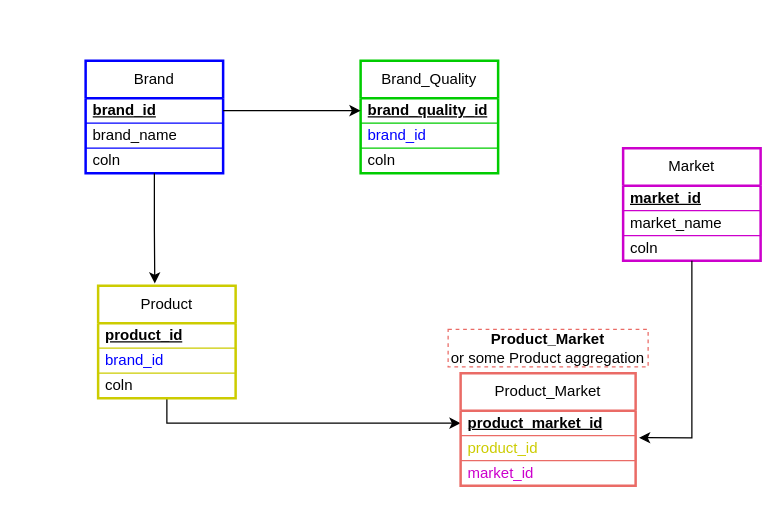
Before: product_structure.drawio in vadramson/Drawings, a draw.io diagram. Source tidied: cells renumbered, new cells numbered last; positions are measured from the earlier drawing's top-left corner, leaving out a move shared by most shapes. Both pictures are drawn from the tidied source at 125%, with x=0, y=0 at pixel (85, 60).
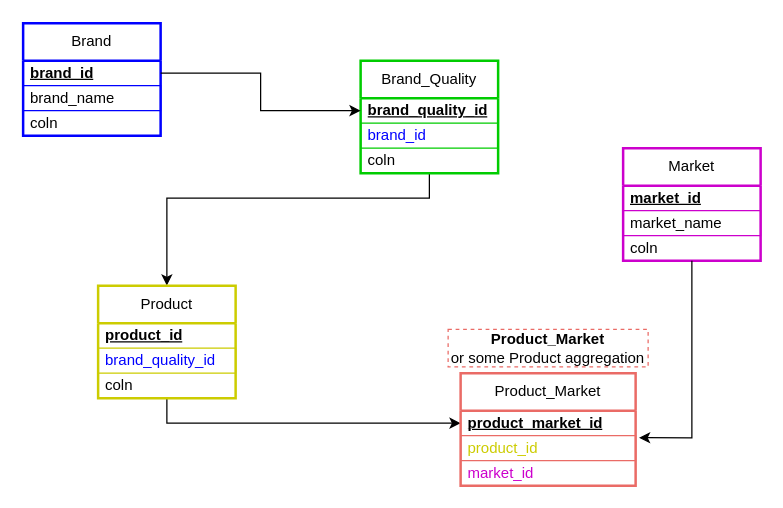
After the change.

The change refers to these unchanged cells:
```xml
<mxCell id="6" value="Brand_Quality" style="swimlane;fontStyle=0;horizontal=1;startSize=30;whiteSpace=wrap;html=1;strokeColor=#00CC00;strokeWidth=2;" parent="1" vertex="1">
  <mxGeometry x="220" width="110" height="90" as="geometry" />
</mxCell>
<mxCell id="11" value="Product" style="swimlane;fontStyle=0;horizontal=1;startSize=30;whiteSpace=wrap;html=1;strokeColor=#CCCC00;strokeWidth=2;" parent="1" vertex="1">
  <mxGeometry x="10" y="180" width="110" height="90" as="geometry" />
</mxCell>
```

What changed in the source:
```diff
@@
     <mxCell id="2" value="Brand" style="swimlane;fontStyle=0;horizontal=1;startSize=30;whiteSpace=wrap;html=1;strokeColor=#0000FF;strokeWidth=2;" parent="1" vertex="1">
-      <mxGeometry width="110" height="90" as="geometry" />
+      <mxGeometry x="-50" y="-30" width="110" height="90" as="geometry" />
     </mxCell>
@@
+    <mxCell id="27" style="edgeStyle=orthogonalEdgeStyle;rounded=0;jettySize=auto;html=1;" parent="1" edge="1" source="6" target="11">
+      <mxGeometry relative="1" as="geometry">
+        <Array as="points">
+          <mxPoint x="275" y="110" />
+          <mxPoint x="65" y="110" />
+        </Array>
+      </mxGeometry>
+    </mxCell>
@@
-    <mxCell id="13" value="&lt;font style=&quot;color: rgb(0, 0, 255);&quot;&gt;brand_id&lt;/font&gt;" style="text;strokeColor=#CCCC00;fillColor=none;align=left;verticalAlign=middle;spacingLeft=4;spacingRight=4;overflow=hidden;whiteSpace=wrap;html=1;perimeterSpacing=1;" parent="11" vertex="1">
+    <mxCell id="13" value="&lt;font style=&quot;color: rgb(0, 0, 255);&quot;&gt;brand_quality_id&lt;/font&gt;" style="text;strokeColor=#CCCC00;fillColor=none;align=left;verticalAlign=middle;spacingLeft=4;spacingRight=4;overflow=hidden;whiteSpace=wrap;html=1;perimeterSpacing=1;" parent="11" vertex="1">
       <mxGeometry y="50" width="110" height="20" as="geometry" />
     </mxCell>
@@
-    <mxCell id="23" style="edgeStyle=orthogonalEdgeStyle;rounded=0;jettySize=auto;html=1;entryX=0.412;entryY=-0.019;entryDx=0;entryDy=0;entryPerimeter=0;" parent="1" edge="1" source="2" target="11">
-      <mxGeometry relative="1" as="geometry" />
-    </mxCell>
```
